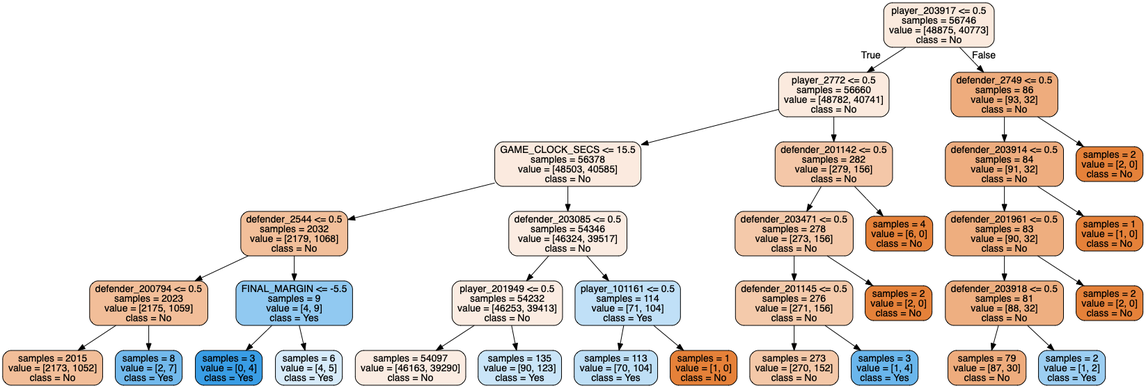
The Graphviz diagram forest_tree_new7.png in tianyi5309/303project, before a commit. Its source is kept beside it as forest_tree_new7.dot.
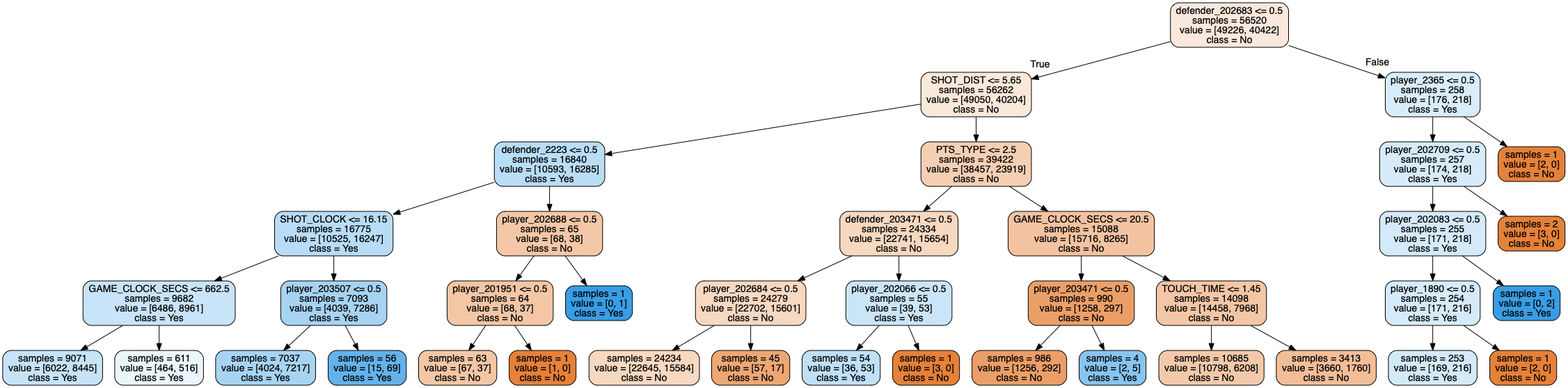
After the change.

Change to the diagram source:
```diff
@@ -1,69 +1,81 @@
 digraph Tree {
 node [shape=box, style="filled, rounded", color="black", fontname=helvetica] ;
 edge [fontname=helvetica] ;
-0 [label="player_203917 <= 0.5\nsamples = 56746\nvalue = [48875, 40773]\nclass = No", fillcolor="#fbeade"] ;
-1 [label="player_2772 <= 0.5\nsamples = 56660\nvalue = [48782, 40741]\nclass = No", fillcolor="#fbeade"] ;
+0 [label="defender_202683 <= 0.5\nsamples = 56520\nvalue = [49226, 40422]\nclass = No", fillcolor="#fae8dc"] ;
+1 [label="SHOT_DIST <= 5.65\nsamples = 56262\nvalue = [49050, 40204]\nclass = No", fillcolor="#fae8db"] ;
 0 -> 1 [labeldistance=2.5, labelangle=45, headlabel="True"] ;
-2 [label="GAME_CLOCK_SECS <= 15.5\nsamples = 56378\nvalue = [48503, 40585]\nclass = No", fillcolor="#fbeadf"] ;
+2 [label="defender_2223 <= 0.5\nsamples = 16840\nvalue = [10593, 16285]\nclass = Yes", fillcolor="#baddf6"] ;
 1 -> 2 ;
-3 [label="defender_2544 <= 0.5\nsamples = 2032\nvalue = [2179, 1068]\nclass = No", fillcolor="#f2bf9a"] ;
+3 [label="SHOT_CLOCK <= 16.15\nsamples = 16775\nvalue = [10525, 16247]\nclass = Yes", fillcolor="#b9dcf6"] ;
 2 -> 3 ;
-4 [label="defender_200794 <= 0.5\nsamples = 2023\nvalue = [2175, 1059]\nclass = No", fillcolor="#f2be99"] ;
+4 [label="GAME_CLOCK_SECS <= 662.5\nsamples = 9682\nvalue = [6486, 8961]\nclass = Yes", fillcolor="#c8e4f8"] ;
 3 -> 4 ;
-5 [label="samples = 2015\nvalue = [2173, 1052]\nclass = No", fillcolor="#f2be99"] ;
+5 [label="samples = 9071\nvalue = [6022, 8445]\nclass = Yes", fillcolor="#c6e3f8"] ;
 4 -> 5 ;
-6 [label="samples = 8\nvalue = [2, 7]\nclass = Yes", fillcolor="#72b9ec"] ;
+6 [label="samples = 611\nvalue = [464, 516]\nclass = Yes", fillcolor="#ebf5fc"] ;
 4 -> 6 ;
-7 [label="FINAL_MARGIN <= -5.5\nsamples = 9\nvalue = [4, 9]\nclass = Yes", fillcolor="#91c9f1"] ;
+7 [label="player_203507 <= 0.5\nsamples = 7093\nvalue = [4039, 7286]\nclass = Yes", fillcolor="#a7d3f3"] ;
 3 -> 7 ;
-8 [label="samples = 3\nvalue = [0, 4]\nclass = Yes", fillcolor="#399de5"] ;
+8 [label="samples = 7037\nvalue = [4024, 7217]\nclass = Yes", fillcolor="#a7d4f3"] ;
 7 -> 8 ;
-9 [label="samples = 6\nvalue = [4, 5]\nclass = Yes", fillcolor="#d7ebfa"] ;
+9 [label="samples = 56\nvalue = [15, 69]\nclass = Yes", fillcolor="#64b2eb"] ;
 7 -> 9 ;
-10 [label="defender_203085 <= 0.5\nsamples = 54346\nvalue = [46324, 39517]\nclass = No", fillcolor="#fbece2"] ;
+10 [label="player_202688 <= 0.5\nsamples = 65\nvalue = [68, 38]\nclass = No", fillcolor="#f4c7a8"] ;
 2 -> 10 ;
-11 [label="player_201949 <= 0.5\nsamples = 54232\nvalue = [46253, 39413]\nclass = No", fillcolor="#fbece2"] ;
+11 [label="player_201951 <= 0.5\nsamples = 64\nvalue = [68, 37]\nclass = No", fillcolor="#f3c6a5"] ;
 10 -> 11 ;
-12 [label="samples = 54097\nvalue = [46163, 39290]\nclass = No", fillcolor="#fbece2"] ;
+12 [label="samples = 63\nvalue = [67, 37]\nclass = No", fillcolor="#f3c7a6"] ;
 11 -> 12 ;
-13 [label="samples = 135\nvalue = [90, 123]\nclass = Yes", fillcolor="#cae5f8"] ;
+13 [label="samples = 1\nvalue = [1, 0]\nclass = No", fillcolor="#e58139"] ;
 11 -> 13 ;
-14 [label="player_101161 <= 0.5\nsamples = 114\nvalue = [71, 104]\nclass = Yes", fillcolor="#c0e0f7"] ;
+14 [label="samples = 1\nvalue = [0, 1]\nclass = Yes", fillcolor="#399de5"] ;
 10 -> 14 ;
-15 [label="samples = 113\nvalue = [70, 104]\nclass = Yes", fillcolor="#bedff6"] ;
-14 -> 15 ;
-16 [label="samples = 1\nvalue = [1, 0]\nclass = No", fillcolor="#e58139"] ;
-14 -> 16 ;
-17 [label="defender_201142 <= 0.5\nsamples = 282\nvalue = [279, 156]\nclass = No", fillcolor="#f4c7a8"] ;
-1 -> 17 ;
-18 [label="defender_203471 <= 0.5\nsamples = 278\nvalue = [273, 156]\nclass = No", fillcolor="#f4c9aa"] ;
+15 [label="PTS_TYPE <= 2.5\nsamples = 39422\nvalue = [38457, 23919]\nclass = No", fillcolor="#f5cfb4"] ;
+1 -> 15 ;
+16 [label="defender_203471 <= 0.5\nsamples = 24334\nvalue = [22741, 15654]\nclass = No", fillcolor="#f7d8c1"] ;
+15 -> 16 ;
+17 [label="player_202684 <= 0.5\nsamples = 24279\nvalue = [22702, 15601]\nclass = No", fillcolor="#f7d8c1"] ;
+16 -> 17 ;
+18 [label="samples = 24234\nvalue = [22645, 15584]\nclass = No", fillcolor="#f7d8c1"] ;
 17 -> 18 ;
-19 [label="defender_201145 <= 0.5\nsamples = 276\nvalue = [271, 156]\nclass = No", fillcolor="#f4caab"] ;
-18 -> 19 ;
-20 [label="samples = 273\nvalue = [270, 152]\nclass = No", fillcolor="#f4c8a8"] ;
-19 -> 20 ;
-21 [label="samples = 3\nvalue = [1, 4]\nclass = Yes", fillcolor="#6ab6ec"] ;
-19 -> 21 ;
-22 [label="samples = 2\nvalue = [2, 0]\nclass = No", fillcolor="#e58139"] ;
-18 -> 22 ;
-23 [label="samples = 4\nvalue = [6, 0]\nclass = No", fillcolor="#e58139"] ;
-17 -> 23 ;
-24 [label="defender_2749 <= 0.5\nsamples = 86\nvalue = [93, 32]\nclass = No", fillcolor="#eeac7d"] ;
-0 -> 24 [labeldistance=2.5, labelangle=-45, headlabel="False"] ;
-25 [label="defender_203914 <= 0.5\nsamples = 84\nvalue = [91, 32]\nclass = No", fillcolor="#eead7f"] ;
+19 [label="samples = 45\nvalue = [57, 17]\nclass = No", fillcolor="#eda774"] ;
+17 -> 19 ;
+20 [label="player_202066 <= 0.5\nsamples = 55\nvalue = [39, 53]\nclass = Yes", fillcolor="#cbe5f8"] ;
+16 -> 20 ;
+21 [label="samples = 54\nvalue = [36, 53]\nclass = Yes", fillcolor="#bfe0f7"] ;
+20 -> 21 ;
+22 [label="samples = 1\nvalue = [3, 0]\nclass = No", fillcolor="#e58139"] ;
+20 -> 22 ;
+23 [label="GAME_CLOCK_SECS <= 20.5\nsamples = 15088\nvalue = [15716, 8265]\nclass = No", fillcolor="#f3c3a1"] ;
+15 -> 23 ;
+24 [label="player_203471 <= 0.5\nsamples = 990\nvalue = [1258, 297]\nclass = No", fillcolor="#eb9f68"] ;
+23 -> 24 ;
+25 [label="samples = 986\nvalue = [1256, 292]\nclass = No", fillcolor="#eb9e67"] ;
 24 -> 25 ;
-26 [label="defender_201961 <= 0.5\nsamples = 83\nvalue = [90, 32]\nclass = No", fillcolor="#eeae7f"] ;
-25 -> 26 ;
-27 [label="defender_203918 <= 0.5\nsamples = 81\nvalue = [88, 32]\nclass = No", fillcolor="#eeaf81"] ;
-26 -> 27 ;
-28 [label="samples = 79\nvalue = [87, 30]\nclass = No", fillcolor="#eeac7d"] ;
+26 [label="samples = 4\nvalue = [2, 5]\nclass = Yes", fillcolor="#88c4ef"] ;
+24 -> 26 ;
+27 [label="TOUCH_TIME <= 1.45\nsamples = 14098\nvalue = [14458, 7968]\nclass = No", fillcolor="#f3c6a6"] ;
+23 -> 27 ;
+28 [label="samples = 10685\nvalue = [10798, 6208]\nclass = No", fillcolor="#f4c9ab"] ;
 27 -> 28 ;
-29 [label="samples = 2\nvalue = [1, 2]\nclass = Yes", fillcolor="#9ccef2"] ;
+29 [label="samples = 3413\nvalue = [3660, 1760]\nclass = No", fillcolor="#f2be98"] ;
 27 -> 29 ;
-30 [label="samples = 2\nvalue = [2, 0]\nclass = No", fillcolor="#e58139"] ;
-26 -> 30 ;
-31 [label="samples = 1\nvalue = [1, 0]\nclass = No", fillcolor="#e58139"] ;
-25 -> 31 ;
-32 [label="samples = 2\nvalue = [2, 0]\nclass = No", fillcolor="#e58139"] ;
-24 -> 32 ;
+30 [label="player_2365 <= 0.5\nsamples = 258\nvalue = [176, 218]\nclass = Yes", fillcolor="#d9ecfa"] ;
+0 -> 30 [labeldistance=2.5, labelangle=-45, headlabel="False"] ;
+31 [label="player_202709 <= 0.5\nsamples = 257\nvalue = [174, 218]\nclass = Yes", fillcolor="#d7ebfa"] ;
+30 -> 31 ;
+32 [label="player_202083 <= 0.5\nsamples = 255\nvalue = [171, 218]\nclass = Yes", fillcolor="#d4eaf9"] ;
+31 -> 32 ;
+33 [label="player_1890 <= 0.5\nsamples = 254\nvalue = [171, 216]\nclass = Yes", fillcolor="#d6ebfa"] ;
+32 -> 33 ;
+34 [label="samples = 253\nvalue = [169, 216]\nclass = Yes", fillcolor="#d4eaf9"] ;
+33 -> 34 ;
+35 [label="samples = 1\nvalue = [2, 0]\nclass = No", fillcolor="#e58139"] ;
+33 -> 35 ;
+36 [label="samples = 1\nvalue = [0, 2]\nclass = Yes", fillcolor="#399de5"] ;
+32 -> 36 ;
+37 [label="samples = 2\nvalue = [3, 0]\nclass = No", fillcolor="#e58139"] ;
+31 -> 37 ;
+38 [label="samples = 1\nvalue = [2, 0]\nclass = No", fillcolor="#e58139"] ;
+30 -> 38 ;
 }
```
